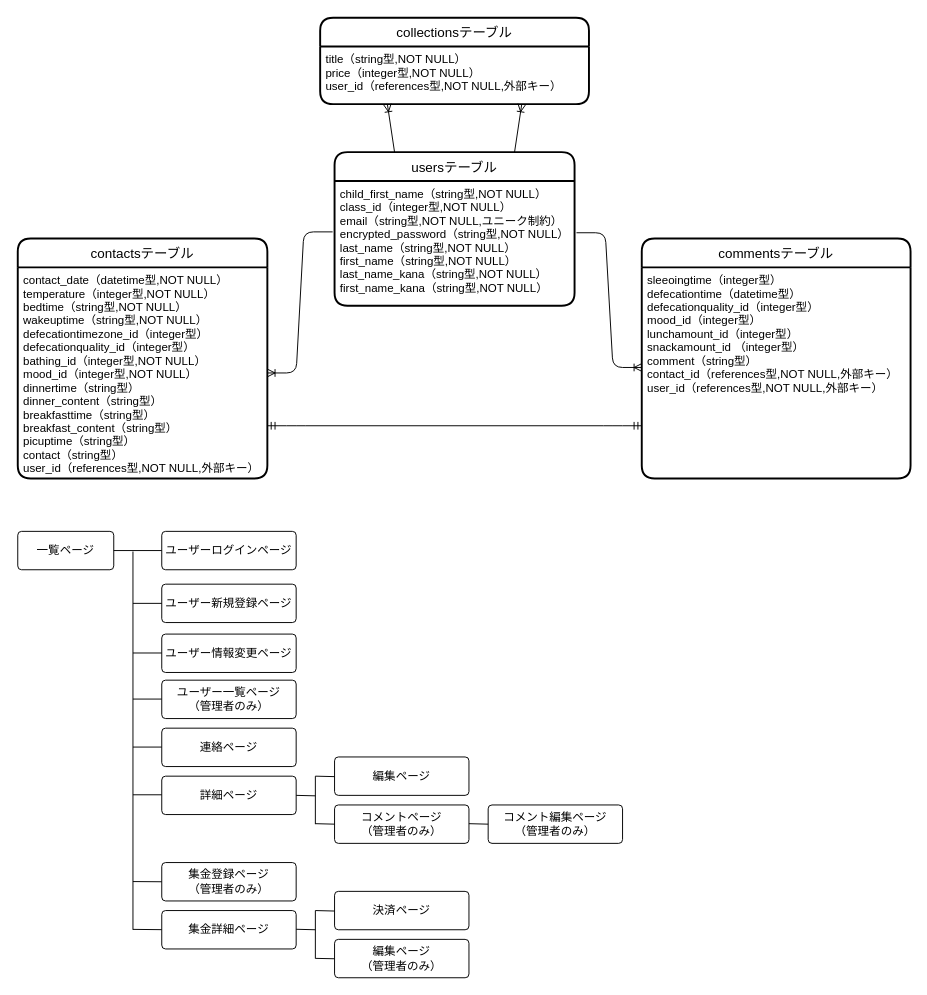
The draw.io diagram contact.dio in sugisanize/contact_book, before the edit. Source tidied: cells renumbered, new cells numbered last; positions are measured from the earlier drawing's top-left corner, leaving out a move shared by most shapes. Both pictures are drawn from the tidied source at 96%, with x=0, y=0 at pixel (17, 17).
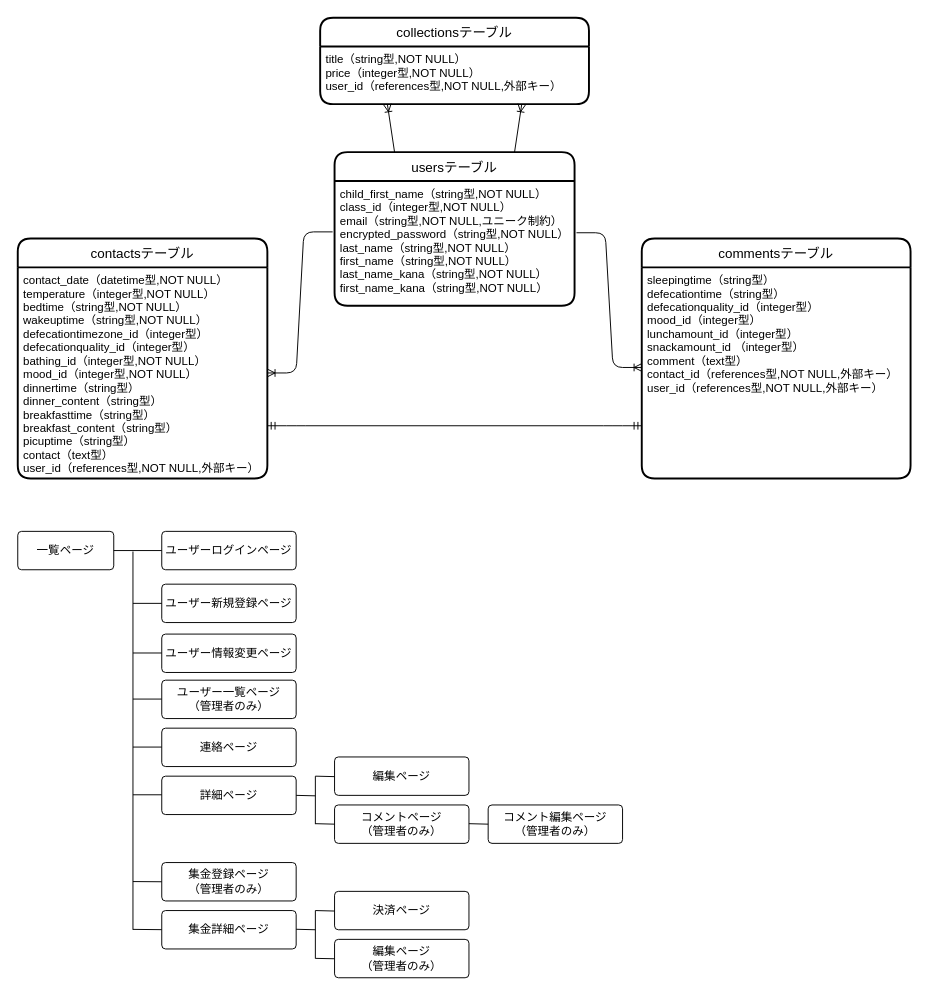
Above is the later version.

Unchanged cells that the change refers to:
```xml
<mxCell id="6" value="contactsテーブル" style="swimlane;horizontal=1;startSize=30;rounded=1;fontSize=14;fontStyle=0;strokeWidth=2;shadow=0;dashed=0;align=center;" parent="1" vertex="1">
  <mxGeometry y="230" width="260" height="250" as="geometry" />
</mxCell>
<mxCell id="8" value="commentsテーブル" style="swimlane;horizontal=1;startSize=30;rounded=1;fontSize=14;fontStyle=0;strokeWidth=2;shadow=0;dashed=0;align=center;" parent="1" vertex="1">
  <mxGeometry x="650" y="230" width="280" height="250" as="geometry" />
</mxCell>
```

The edit, as a diff of the source:
```diff
@@
-    <mxCell id="7" value="contact_date（datetime型,NOT NULL）&#10;temperature（integer型,NOT NULL）&#10;bedtime（string型,NOT NULL）&#10;wakeuptime（string型,NOT NULL）&#10;defecationtimezone_id（integer型）&#10;defecationquality_id（integer型）&#10;bathing_id（integer型,NOT NULL）&#10;mood_id（integer型,NOT NULL）&#10;dinnertime（string型）&#10;dinner_content（string型）&#10;breakfasttime（string型）&#10;breakfast_content（string型）&#10;picuptime（string型）&#10;contact（string型）&#10;user_id（references型,NOT NULL,外部キー）" style="align=left;strokeColor=none;fillColor=none;spacingLeft=4;fontSize=12;verticalAlign=top;" parent="6" vertex="1">
+    <mxCell id="7" value="contact_date（datetime型,NOT NULL）&#10;temperature（integer型,NOT NULL）&#10;bedtime（string型,NOT NULL）&#10;wakeuptime（string型,NOT NULL）&#10;defecationtimezone_id（integer型）&#10;defecationquality_id（integer型）&#10;bathing_id（integer型,NOT NULL）&#10;mood_id（integer型,NOT NULL）&#10;dinnertime（string型）&#10;dinner_content（string型）&#10;breakfasttime（string型）&#10;breakfast_content（string型）&#10;picuptime（string型）&#10;contact（text型）&#10;user_id（references型,NOT NULL,外部キー）" style="align=left;strokeColor=none;fillColor=none;spacingLeft=4;fontSize=12;verticalAlign=top;" parent="6" vertex="1">
       <mxGeometry y="30" width="260" height="220" as="geometry" />
     </mxCell>
@@
-    <mxCell id="9" value="sleeoingtime（integer型）&#10;defecationtime（datetime型）&#10;defecationquality_id（integer型）&#10;mood_id（integer型）&#10;lunchamount_id（integer型）&#10;snackamount_id （integer型）&#10;comment（string型）&#10;contact_id（references型,NOT NULL,外部キー）&#10;user_id（references型,NOT NULL,外部キー）" style="align=left;strokeColor=none;fillColor=none;spacingLeft=4;fontSize=12;verticalAlign=top;" parent="8" vertex="1">
+    <mxCell id="9" value="sleepingtime（string型）&#10;defecationtime（string型）&#10;defecationquality_id（integer型）&#10;mood_id（integer型）&#10;lunchamount_id（integer型）&#10;snackamount_id （integer型）&#10;comment（text型）&#10;contact_id（references型,NOT NULL,外部キー）&#10;user_id（references型,NOT NULL,外部キー）" style="align=left;strokeColor=none;fillColor=none;spacingLeft=4;fontSize=12;verticalAlign=top;" parent="8" vertex="1">
       <mxGeometry y="30" width="280" height="220" as="geometry" />
     </mxCell>
```
